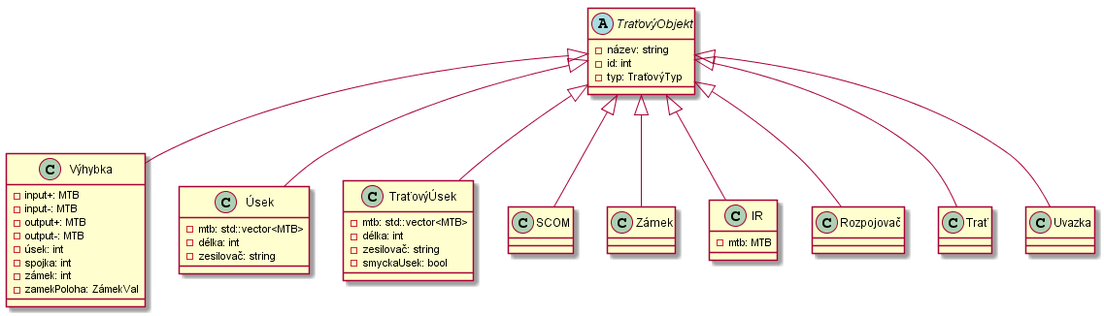
Earlier version of the PlantUML export Model/Class-trat.png (LANeo64/RKDlib).
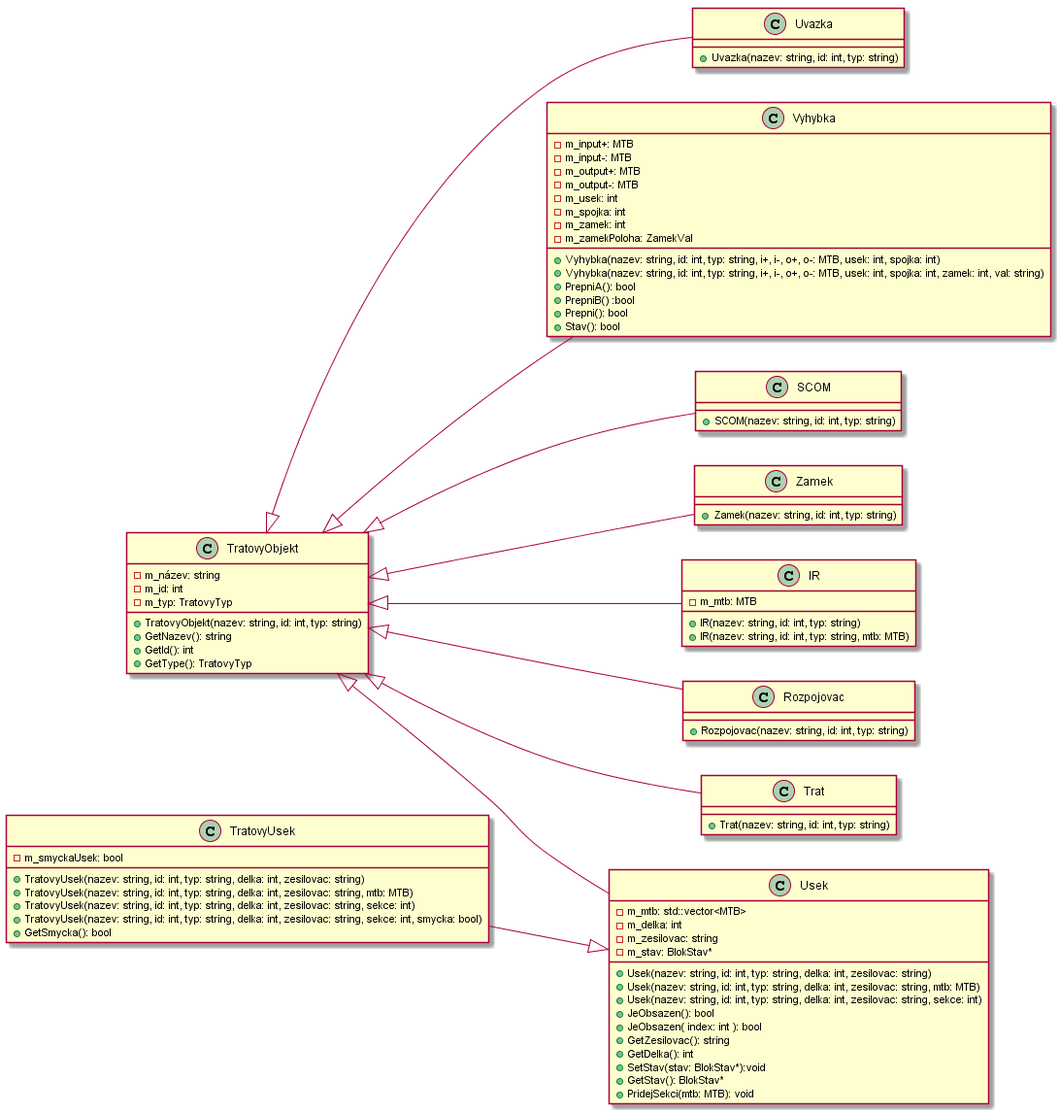
The same file after the commit.

Change to the diagram source:
```diff
@@ -1,69 +1,98 @@
 @startuml
-abstract class Tra?ovýObjekt{
-	- název: string
-	- id: int
-	- typ: Tra?ovýTyp
+left to right direction
+class TratovyObjekt{
+	- m_název: string
+	- m_id: int
+	- m_typ: TratovyTyp
+	+ TratovyObjekt(nazev: string, id: int, typ: string)
+	+ GetNazev(): string
+	+ GetId(): int
+	+ GetType(): TratovyTyp
 }
 
-class Výhybka {
-	- input+: MTB
-  - input-: MTB
-  - output+: MTB
-  - output-: MTB
-	- úsek: int
-	- spojka: int
-	- zámek: int
-	- zamekPoloha: ZámekVal
+class Vyhybka {
+	- m_input+: MTB
+  - m_input-: MTB
+  - m_output+: MTB
+  - m_output-: MTB
+	- m_usek: int
+	- m_spojka: int
+	- m_zamek: int
+	- m_zamekPoloha: ZamekVal
+	+ Vyhybka(nazev: string, id: int, typ: string, i+, i-, o+, o-: MTB, usek: int, spojka: int)
+  + Vyhybka(nazev: string, id: int, typ: string, i+, i-, o+, o-: MTB, usek: int, spojka: int, zamek: int, val: string)
+	+ PrepniA(): bool
+	+ PrepniB() :bool
+	+ Prepni(): bool
+	+ Stav(): bool
 }
 
-class Úsek {
-	- mtb: std::vector<MTB>
-	- délka: int
-	- zesilova?: string
+class Usek {
+	- m_mtb: std::vector<MTB>
+	- m_delka: int
+	- m_zesilovac: string
+	- m_stav: BlokStav*
+	+ Usek(nazev: string, id: int, typ: string, delka: int, zesilovac: string)
+	+ Usek(nazev: string, id: int, typ: string, delka: int, zesilovac: string, mtb: MTB)
+	+ Usek(nazev: string, id: int, typ: string, delka: int, zesilovac: string, sekce: int)
+	+ JeObsazen(): bool
+	+ JeObsazen( index: int ): bool
+	+ GetZesilovac(): string
+	+ GetDelka(): int
+	+ SetStav(stav: BlokStav*):void
+	+ GetStav(): BlokStav*
+	+ PridejSekci(mtb: MTB): void
 }
 
-class Tra?ovýÚsek {
-  - mtb: std::vector<MTB>
-	- délka: int
-	- zesilova?: string
-	- smyckaUsek: bool
+class TratovyUsek {
+	- m_smyckaUsek: bool
+  + TratovyUsek(nazev: string, id: int, typ: string, delka: int, zesilovac: string)
+	+ TratovyUsek(nazev: string, id: int, typ: string, delka: int, zesilovac: string, mtb: MTB)
+	+ TratovyUsek(nazev: string, id: int, typ: string, delka: int, zesilovac: string, sekce: int)
+  + TratovyUsek(nazev: string, id: int, typ: string, delka: int, zesilovac: string, sekce: int, smycka: bool)
+	+ GetSmycka(): bool
 }
 
 class SCOM {
-
+	+ SCOM(nazev: string, id: int, typ: string)
 }
 
-class Zámek {
-
+class Zamek {
+	+ Zamek(nazev: string, id: int, typ: string)
 }
 
 class IR {
-	- mtb: MTB
+	- m_mtb: MTB
+	+ IR(nazev: string, id: int, typ: string)
+	+ IR(nazev: string, id: int, typ: string, mtb: MTB)
 }
 
-class Rozpojova? {
-
+class Rozpojovac {
+	+ Rozpojovac(nazev: string, id: int, typ: string)
 }
 
-class Tra? {
-
+class Trat {
+	+ Trat(nazev: string, id: int, typ: string)
 }
 
 class Uvazka {
-
+	+ Uvazka(nazev: string, id: int, typ: string)
 }
 
 
 
 
-Tra?ovýObjekt <|-- Výhybka
-Tra?ovýObjekt <|-- Úsek
-Tra?ovýObjekt <|-- Tra?ovýÚsek
-Tra?ovýObjekt <|-- SCOM
-Tra?ovýObjekt <|-- Zámek
-Tra?ovýObjekt <|-- IR
-Tra?ovýObjekt <|-- Rozpojova?
-Tra?ovýObjekt <|-- Tra?
-Tra?ovýObjekt <|-- Uvazka
+TratovyObjekt <|-- Vyhybka
+TratovyObjekt <|-- Usek
+TratovyObjekt <|-[hidden]right-TratovyUsek
+TratovyObjekt <|-- SCOM
+TratovyObjekt <|-- Zamek
+TratovyObjekt <|-- IR
+TratovyObjekt <|-- Rozpojovac
+TratovyObjekt <|-- Trat
+TratovyObjekt <|-- Uvazka
+
+Usek <|-up- TratovyUsek
+
 
 @enduml
```
